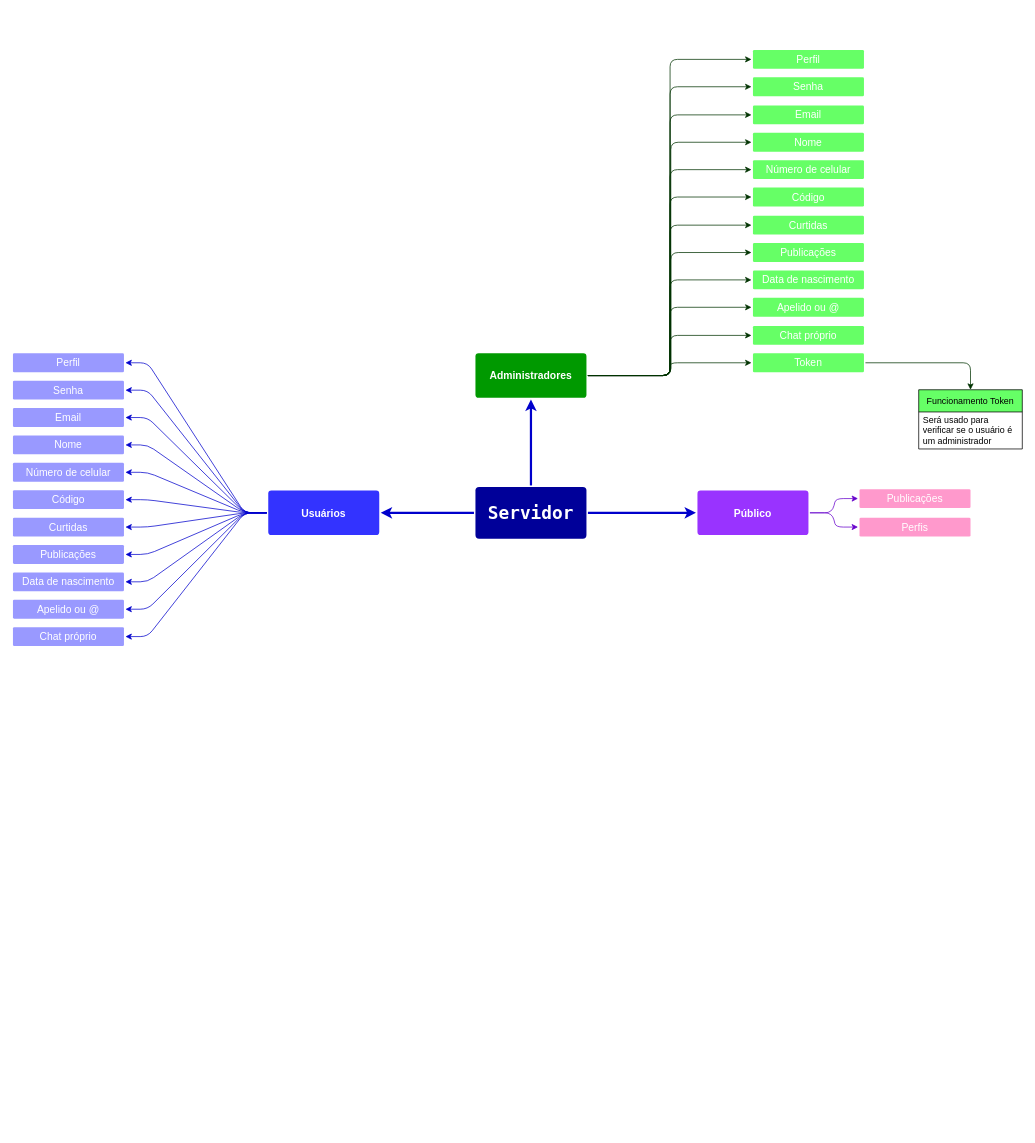
zululuga/Ecogamma-mapa keeps this draw.io diagram as Mapa Conceitual/Untitled Diagram.drawio. Above is the earlier version. Source tidied: cells renumbered, new cells numbered last; positions are measured from the earlier drawing's top-left corner, leaving out a move shared by most shapes. Both pictures are drawn from the tidied source at 74%, with x=0, y=0 at pixel (13, 50).
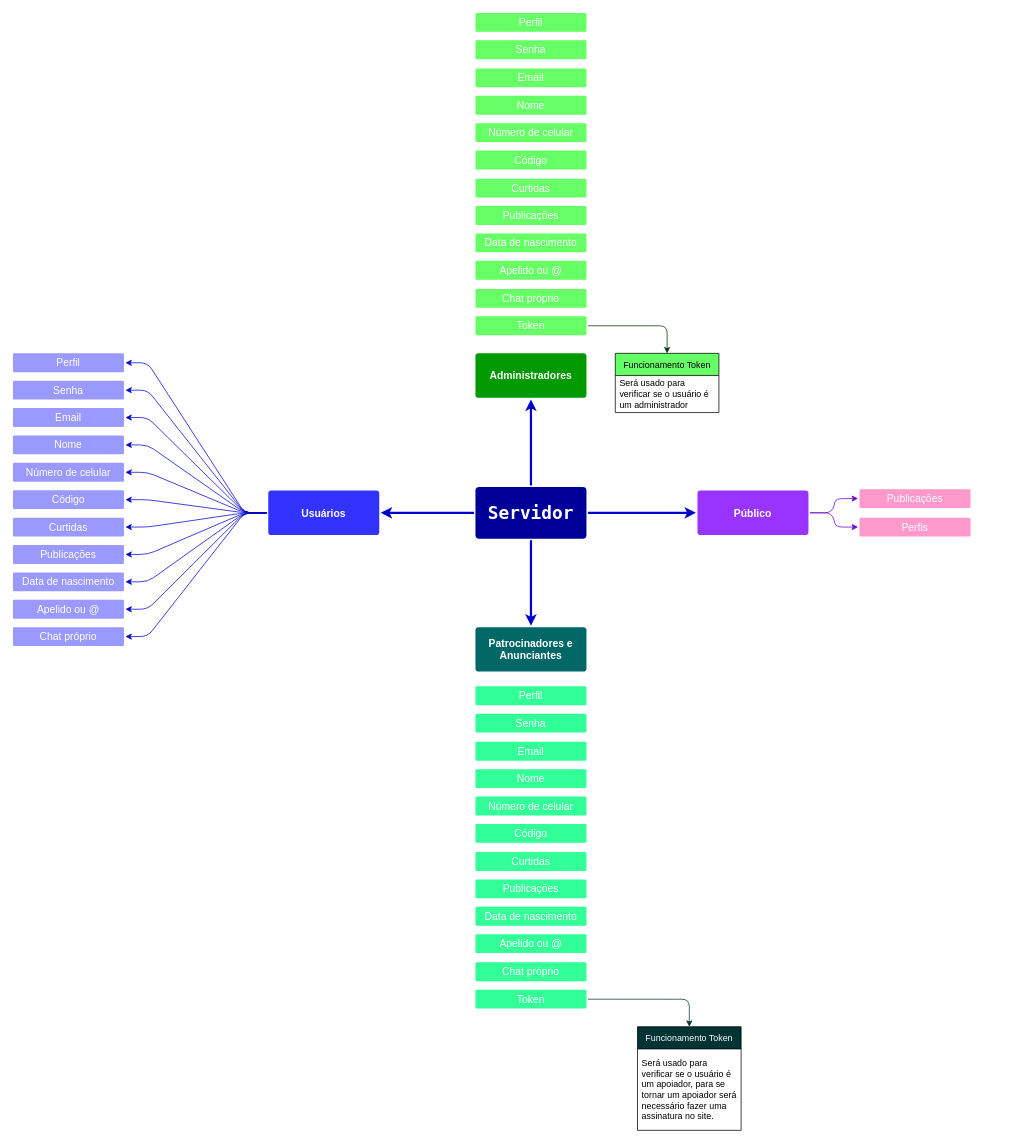
The same diagram, later.

Unchanged cells that the change refers to:
```xml
<mxCell id="5" value="&lt;font style=&quot;font-size: 24px;&quot;&gt;Servidor&lt;/font&gt;" style="rounded=1;whiteSpace=wrap;html=1;shadow=0;labelBackgroundColor=none;strokeColor=none;strokeWidth=3;fillColor=#000099;fontFamily=Lucida Console;fontSize=16;fontColor=#FFFFFF;align=center;fontStyle=1;spacing=5;arcSize=7;perimeterSpacing=2;" parent="1" vertex="1">
  <mxGeometry x="625" y="590.5" width="150" height="70" as="geometry" />
</mxCell>
<mxCell id="46" value="Administradores" style="rounded=1;whiteSpace=wrap;html=1;shadow=0;labelBackgroundColor=none;strokeColor=none;strokeWidth=3;fillColor=#009900;fontFamily=Helvetica;fontSize=14;fontColor=#FFFFFF;align=center;spacing=5;fontStyle=1;arcSize=7;perimeterSpacing=2;" parent="1" vertex="1">
  <mxGeometry x="625" y="410" width="150" height="60" as="geometry" />
</mxCell>
```

What changed in the source:
```diff
@@
-    <mxCell id="34" style="edgeStyle=elbowEdgeStyle;rounded=1;jettySize=auto;html=1;exitX=1;exitY=0.5;exitDx=0;exitDy=0;entryX=0;entryY=0.5;entryDx=0;entryDy=0;strokeColor=#003300;" parent="1" edge="1" source="46" target="47">
-      <mxGeometry relative="1" as="geometry" />
-    </mxCell>
-    <mxCell id="35" style="edgeStyle=elbowEdgeStyle;rounded=1;jettySize=auto;html=1;exitX=1;exitY=0.5;exitDx=0;exitDy=0;entryX=0;entryY=0.5;entryDx=0;entryDy=0;strokeColor=#003300;" parent="1" edge="1" source="46" target="48">
-      <mxGeometry relative="1" as="geometry" />
-    </mxCell>
-    <mxCell id="36" style="edgeStyle=elbowEdgeStyle;rounded=1;jettySize=auto;html=1;exitX=1;exitY=0.5;exitDx=0;exitDy=0;strokeColor=#003300;" parent="1" edge="1" source="46" target="49">
-      <mxGeometry relative="1" as="geometry" />
-    </mxCell>
-    <mxCell id="37" style="edgeStyle=elbowEdgeStyle;rounded=1;jettySize=auto;html=1;exitX=1;exitY=0.5;exitDx=0;exitDy=0;entryX=0;entryY=0.5;entryDx=0;entryDy=0;strokeColor=#003300;" parent="1" edge="1" source="46" target="50">
-      <mxGeometry relative="1" as="geometry" />
-    </mxCell>
-    <mxCell id="38" style="edgeStyle=elbowEdgeStyle;rounded=1;jettySize=auto;html=1;exitX=1;exitY=0.5;exitDx=0;exitDy=0;entryX=0;entryY=0.5;entryDx=0;entryDy=0;strokeColor=#003300;" parent="1" edge="1" source="46" target="51">
-      <mxGeometry relative="1" as="geometry" />
-    </mxCell>
-    <mxCell id="39" style="edgeStyle=elbowEdgeStyle;rounded=1;jettySize=auto;html=1;exitX=1;exitY=0.5;exitDx=0;exitDy=0;entryX=0;entryY=0.5;entryDx=0;entryDy=0;strokeColor=#003300;" parent="1" edge="1" source="46" target="52">
-      <mxGeometry relative="1" as="geometry" />
-    </mxCell>
-    <mxCell id="40" style="edgeStyle=elbowEdgeStyle;rounded=1;jettySize=auto;html=1;exitX=1;exitY=0.5;exitDx=0;exitDy=0;strokeColor=#003300;" parent="1" edge="1" source="46" target="53">
-      <mxGeometry relative="1" as="geometry" />
-    </mxCell>
-    <mxCell id="41" style="edgeStyle=elbowEdgeStyle;rounded=1;jettySize=auto;html=1;exitX=1;exitY=0.5;exitDx=0;exitDy=0;entryX=0;entryY=0.5;entryDx=0;entryDy=0;strokeColor=#003300;" parent="1" edge="1" source="46" target="54">
-      <mxGeometry relative="1" as="geometry" />
-    </mxCell>
-    <mxCell id="42" style="edgeStyle=elbowEdgeStyle;rounded=1;jettySize=auto;html=1;exitX=1;exitY=0.5;exitDx=0;exitDy=0;entryX=0;entryY=0.5;entryDx=0;entryDy=0;strokeColor=#003300;" parent="1" edge="1" source="46" target="55">
-      <mxGeometry relative="1" as="geometry" />
-    </mxCell>
-    <mxCell id="43" style="edgeStyle=elbowEdgeStyle;rounded=1;jettySize=auto;html=1;exitX=1;exitY=0.5;exitDx=0;exitDy=0;entryX=0;entryY=0.5;entryDx=0;entryDy=0;strokeColor=#003300;" parent="1" edge="1" source="46" target="56">
-      <mxGeometry relative="1" as="geometry" />
-    </mxCell>
-    <mxCell id="44" style="edgeStyle=elbowEdgeStyle;rounded=1;jettySize=auto;html=1;exitX=1;exitY=0.5;exitDx=0;exitDy=0;entryX=0;entryY=0.5;entryDx=0;entryDy=0;strokeColor=#003300;" parent="1" edge="1" source="46" target="58">
-      <mxGeometry relative="1" as="geometry" />
-    </mxCell>
-    <mxCell id="45" style="edgeStyle=elbowEdgeStyle;rounded=1;jettySize=auto;html=1;exitX=1;exitY=0.5;exitDx=0;exitDy=0;entryX=0;entryY=0.5;entryDx=0;entryDy=0;fontColor=#FF66FF;strokeColor=#003300;" parent="1" edge="1" source="46" target="63">
-      <mxGeometry relative="1" as="geometry" />
-    </mxCell>
@@
     <mxCell id="47" value="Senha" style="rounded=1;whiteSpace=wrap;html=1;shadow=0;labelBackgroundColor=none;strokeColor=none;strokeWidth=3;fillColor=#66FF66;fontFamily=Helvetica;fontSize=14;fontColor=#FFFFFF;align=center;spacing=5;fontStyle=0;arcSize=7;perimeterSpacing=2;" parent="1" vertex="1">
-      <mxGeometry x="1000" y="37" width="150" height="25.5" as="geometry" />
+      <mxGeometry x="625" y="-13" width="150" height="25.5" as="geometry" />
     </mxCell>
     <mxCell id="48" value="Email" style="rounded=1;whiteSpace=wrap;html=1;shadow=0;labelBackgroundColor=none;strokeColor=none;strokeWidth=3;fillColor=#66FF66;fontFamily=Helvetica;fontSize=14;fontColor=#FFFFFF;align=center;spacing=5;fontStyle=0;arcSize=7;perimeterSpacing=2;" parent="1" vertex="1">
-      <mxGeometry x="1000" y="75" width="150" height="25.5" as="geometry" />
+      <mxGeometry x="625" y="25" width="150" height="25.5" as="geometry" />
     </mxCell>
     <mxCell id="49" value="Nome" style="rounded=1;whiteSpace=wrap;html=1;shadow=0;labelBackgroundColor=none;strokeColor=none;strokeWidth=3;fillColor=#66FF66;fontFamily=Helvetica;fontSize=14;fontColor=#FFFFFF;align=center;spacing=5;fontStyle=0;arcSize=7;perimeterSpacing=2;" parent="1" vertex="1">
-      <mxGeometry x="1000" y="112" width="150" height="25.5" as="geometry" />
+      <mxGeometry x="625" y="62" width="150" height="25.5" as="geometry" />
     </mxCell>
     <mxCell id="50" value="Número de celular" style="rounded=1;whiteSpace=wrap;html=1;shadow=0;labelBackgroundColor=none;strokeColor=none;strokeWidth=3;fillColor=#66FF66;fontFamily=Helvetica;fontSize=14;fontColor=#FFFFFF;align=center;spacing=5;fontStyle=0;arcSize=7;perimeterSpacing=2;" parent="1" vertex="1">
-      <mxGeometry x="1000" y="149" width="150" height="25.5" as="geometry" />
+      <mxGeometry x="625" y="99" width="150" height="25.5" as="geometry" />
     </mxCell>
     <mxCell id="51" value="Código" style="rounded=1;whiteSpace=wrap;html=1;shadow=0;labelBackgroundColor=none;strokeColor=none;strokeWidth=3;fillColor=#66FF66;fontFamily=Helvetica;fontSize=14;fontColor=#FFFFFF;align=center;spacing=5;fontStyle=0;arcSize=7;perimeterSpacing=2;" parent="1" vertex="1">
-      <mxGeometry x="1000" y="186" width="150" height="25.5" as="geometry" />
+      <mxGeometry x="625" y="136" width="150" height="25.5" as="geometry" />
     </mxCell>
     <mxCell id="52" value="Curtidas" style="rounded=1;whiteSpace=wrap;html=1;shadow=0;labelBackgroundColor=none;strokeColor=none;strokeWidth=3;fillColor=#66FF66;fontFamily=Helvetica;fontSize=14;fontColor=#FFFFFF;align=center;spacing=5;fontStyle=0;arcSize=7;perimeterSpacing=2;" parent="1" vertex="1">
-      <mxGeometry x="1000" y="224" width="150" height="25.5" as="geometry" />
+      <mxGeometry x="625" y="174" width="150" height="25.5" as="geometry" />
     </mxCell>
     <mxCell id="53" value="Publicações" style="rounded=1;whiteSpace=wrap;html=1;shadow=0;labelBackgroundColor=none;strokeColor=none;strokeWidth=3;fillColor=#66FF66;fontFamily=Helvetica;fontSize=14;fontColor=#FFFFFF;align=center;spacing=5;fontStyle=0;arcSize=7;perimeterSpacing=2;" parent="1" vertex="1">
-      <mxGeometry x="1000" y="261" width="150" height="25.5" as="geometry" />
+      <mxGeometry x="625" y="211" width="150" height="25.5" as="geometry" />
     </mxCell>
     <mxCell id="54" value="Data de nascimento" style="rounded=1;whiteSpace=wrap;html=1;shadow=0;labelBackgroundColor=none;strokeColor=none;strokeWidth=3;fillColor=#66FF66;fontFamily=Helvetica;fontSize=14;fontColor=#FFFFFF;align=center;spacing=5;fontStyle=0;arcSize=7;perimeterSpacing=2;" parent="1" vertex="1">
-      <mxGeometry x="1000" y="298" width="150" height="25.5" as="geometry" />
+      <mxGeometry x="625" y="248" width="150" height="25.5" as="geometry" />
     </mxCell>
     <mxCell id="55" value="Apelido ou @" style="rounded=1;whiteSpace=wrap;html=1;shadow=0;labelBackgroundColor=none;strokeColor=none;strokeWidth=3;fillColor=#66FF66;fontFamily=Helvetica;fontSize=14;fontColor=#FFFFFF;align=center;spacing=5;fontStyle=0;arcSize=7;perimeterSpacing=2;" parent="1" vertex="1">
-      <mxGeometry x="1000" y="335" width="150" height="25.5" as="geometry" />
+      <mxGeometry x="625" y="285" width="150" height="25.5" as="geometry" />
     </mxCell>
     <mxCell id="56" value="Chat próprio" style="rounded=1;whiteSpace=wrap;html=1;shadow=0;labelBackgroundColor=none;strokeColor=none;strokeWidth=3;fillColor=#66FF66;fontFamily=Helvetica;fontSize=14;fontColor=#FFFFFF;align=center;spacing=5;fontStyle=0;arcSize=7;perimeterSpacing=2;" parent="1" vertex="1">
-      <mxGeometry x="1000" y="373" width="150" height="25.5" as="geometry" />
+      <mxGeometry x="625" y="323" width="150" height="25.5" as="geometry" />
     </mxCell>
     <mxCell id="57" style="edgeStyle=elbowEdgeStyle;rounded=1;jettySize=auto;html=1;exitX=1;exitY=0.5;exitDx=0;exitDy=0;entryX=0.5;entryY=0;entryDx=0;entryDy=0;strokeColor=#003300;" parent="1" edge="1" source="58" target="59">
       <mxGeometry relative="1" as="geometry">
         <Array as="points">
-          <mxPoint x="1294" y="420" />
+          <mxPoint x="884" y="390" />
           <mxPoint x="1334" y="360" />
         </Array>
       </mxGeometry>
     </mxCell>
     <mxCell id="58" value="Token" style="rounded=1;whiteSpace=wrap;html=1;shadow=0;labelBackgroundColor=none;strokeColor=none;strokeWidth=3;fillColor=#66FF66;fontFamily=Helvetica;fontSize=14;fontColor=#FFFFFF;align=center;spacing=5;fontStyle=0;arcSize=7;perimeterSpacing=2;" parent="1" vertex="1">
-      <mxGeometry x="1000" y="410" width="150" height="25.5" as="geometry" />
+      <mxGeometry x="625" y="360" width="150" height="25.5" as="geometry" />
     </mxCell>
     <mxCell id="59" value="Funcionamento Token" style="swimlane;fontStyle=0;horizontal=1;startSize=30;fillColor=#66FF66;" parent="1" vertex="1">
-      <mxGeometry x="1224" y="459.2" width="140" height="80" as="geometry" />
+      <mxGeometry x="814" y="410" width="140" height="80" as="geometry" />
     </mxCell>
@@
     <mxCell id="63" value="Perfil" style="rounded=1;whiteSpace=wrap;html=1;shadow=0;labelBackgroundColor=none;strokeColor=none;strokeWidth=3;fillColor=#66FF66;fontFamily=Helvetica;fontSize=14;fontColor=#FFFFFF;align=center;spacing=5;fontStyle=0;arcSize=7;perimeterSpacing=2;" parent="1" vertex="1">
-      <mxGeometry x="1000" width="150" height="25.5" as="geometry" />
+      <mxGeometry x="625" y="-50" width="150" height="25.5" as="geometry" />
     </mxCell>
@@
+    <mxCell id="65" value="Patrocinadores e Anunciantes" style="rounded=1;whiteSpace=wrap;html=1;shadow=0;labelBackgroundColor=none;strokeColor=none;strokeWidth=3;fillColor=#006666;fontFamily=Helvetica;fontSize=14;fontColor=#FFFFFF;align=center;spacing=5;fontStyle=1;arcSize=7;perimeterSpacing=2;" parent="1" vertex="1">
+      <mxGeometry x="625" y="780" width="150" height="60" as="geometry" />
+    </mxCell>
+    <mxCell id="66" style="edgeStyle=none;rounded=0;jumpStyle=none;html=1;shadow=0;labelBackgroundColor=none;startArrow=none;startFill=0;endArrow=classic;endFill=1;jettySize=auto;strokeColor=#0000CC;strokeWidth=3;fontFamily=Helvetica;fontSize=16;fontColor=#23445D;spacing=5;entryX=0.5;entryY=0;entryDx=0;entryDy=0;exitX=0.5;exitY=1;exitDx=0;exitDy=0;" parent="1" edge="1" source="5" target="65">
+      <mxGeometry relative="1" as="geometry" />
+    </mxCell>
+    <mxCell id="67" value="Senha" style="rounded=1;whiteSpace=wrap;html=1;shadow=0;labelBackgroundColor=none;strokeColor=none;strokeWidth=3;fillColor=#33FF99;fontFamily=Helvetica;fontSize=14;fontColor=#FFFFFF;align=center;spacing=5;fontStyle=0;arcSize=7;perimeterSpacing=2;" parent="1" vertex="1">
+      <mxGeometry x="625" y="897" width="150" height="25.5" as="geometry" />
+    </mxCell>
+    <mxCell id="68" value="Email" style="rounded=1;whiteSpace=wrap;html=1;shadow=0;labelBackgroundColor=none;strokeColor=none;strokeWidth=3;fillColor=#33FF99;fontFamily=Helvetica;fontSize=14;fontColor=#FFFFFF;align=center;spacing=5;fontStyle=0;arcSize=7;perimeterSpacing=2;" parent="1" vertex="1">
+      <mxGeometry x="625" y="935" width="150" height="25.5" as="geometry" />
+    </mxCell>
+    <mxCell id="69" value="Nome" style="rounded=1;whiteSpace=wrap;html=1;shadow=0;labelBackgroundColor=none;strokeColor=none;strokeWidth=3;fillColor=#33FF99;fontFamily=Helvetica;fontSize=14;fontColor=#FFFFFF;align=center;spacing=5;fontStyle=0;arcSize=7;perimeterSpacing=2;" parent="1" vertex="1">
+      <mxGeometry x="625" y="972" width="150" height="25.5" as="geometry" />
+    </mxCell>
+    <mxCell id="70" value="Número de celular" style="rounded=1;whiteSpace=wrap;html=1;shadow=0;labelBackgroundColor=none;strokeColor=none;strokeWidth=3;fillColor=#33FF99;fontFamily=Helvetica;fontSize=14;fontColor=#FFFFFF;align=center;spacing=5;fontStyle=0;arcSize=7;perimeterSpacing=2;" parent="1" vertex="1">
+      <mxGeometry x="625" y="1009" width="150" height="25.5" as="geometry" />
+    </mxCell>
+    <mxCell id="71" value="Código" style="rounded=1;whiteSpace=wrap;html=1;shadow=0;labelBackgroundColor=none;strokeColor=none;strokeWidth=3;fillColor=#33FF99;fontFamily=Helvetica;fontSize=14;fontColor=#FFFFFF;align=center;spacing=5;fontStyle=0;arcSize=7;perimeterSpacing=2;" parent="1" vertex="1">
+      <mxGeometry x="625" y="1046" width="150" height="25.5" as="geometry" />
+    </mxCell>
+    <mxCell id="72" value="Curtidas" style="rounded=1;whiteSpace=wrap;html=1;shadow=0;labelBackgroundColor=none;strokeColor=none;strokeWidth=3;fillColor=#33FF99;fontFamily=Helvetica;fontSize=14;fontColor=#FFFFFF;align=center;spacing=5;fontStyle=0;arcSize=7;perimeterSpacing=2;" parent="1" vertex="1">
+      <mxGeometry x="625" y="1084" width="150" height="25.5" as="geometry" />
+    </mxCell>
+    <mxCell id="73" value="Publicações" style="rounded=1;whiteSpace=wrap;html=1;shadow=0;labelBackgroundColor=none;strokeColor=none;strokeWidth=3;fillColor=#33FF99;fontFamily=Helvetica;fontSize=14;fontColor=#FFFFFF;align=center;spacing=5;fontStyle=0;arcSize=7;perimeterSpacing=2;" parent="1" vertex="1">
+      <mxGeometry x="625" y="1121" width="150" height="25.5" as="geometry" />
+    </mxCell>
+    <mxCell id="74" value="Data de nascimento" style="rounded=1;whiteSpace=wrap;html=1;shadow=0;labelBackgroundColor=none;strokeColor=none;strokeWidth=3;fillColor=#33FF99;fontFamily=Helvetica;fontSize=14;fontColor=#FFFFFF;align=center;spacing=5;fontStyle=0;arcSize=7;perimeterSpacing=2;" parent="1" vertex="1">
+      <mxGeometry x="625" y="1158" width="150" height="25.5" as="geometry" />
+    </mxCell>
+    <mxCell id="75" value="Apelido ou @" style="rounded=1;whiteSpace=wrap;html=1;shadow=0;labelBackgroundColor=none;strokeColor=none;strokeWidth=3;fillColor=#33FF99;fontFamily=Helvetica;fontSize=14;fontColor=#FFFFFF;align=center;spacing=5;fontStyle=0;arcSize=7;perimeterSpacing=2;" parent="1" vertex="1">
+      <mxGeometry x="625" y="1195" width="150" height="25.5" as="geometry" />
+    </mxCell>
+    <mxCell id="76" value="Chat próprio" style="rounded=1;whiteSpace=wrap;html=1;shadow=0;labelBackgroundColor=none;strokeColor=none;strokeWidth=3;fillColor=#33FF99;fontFamily=Helvetica;fontSize=14;fontColor=#FFFFFF;align=center;spacing=5;fontStyle=0;arcSize=7;perimeterSpacing=2;" parent="1" vertex="1">
+      <mxGeometry x="625" y="1233" width="150" height="25.5" as="geometry" />
+    </mxCell>
+    <mxCell id="77" style="edgeStyle=orthogonalEdgeStyle;rounded=1;jettySize=auto;html=1;exitX=1;exitY=0.5;exitDx=0;exitDy=0;entryX=0.5;entryY=0;entryDx=0;entryDy=0;fontFamily=Lucida Console;fontSize=24;fontColor=#FF66FF;strokeColor=#003333;elbow=vertical;" parent="1" edge="1" source="78" target="80">
+      <mxGeometry relative="1" as="geometry" />
+    </mxCell>
+    <mxCell id="78" value="Token" style="rounded=1;whiteSpace=wrap;html=1;shadow=0;labelBackgroundColor=none;strokeColor=none;strokeWidth=3;fillColor=#33FF99;fontFamily=Helvetica;fontSize=14;fontColor=#FFFFFF;align=center;spacing=5;fontStyle=0;arcSize=7;perimeterSpacing=2;" parent="1" vertex="1">
+      <mxGeometry x="625" y="1270" width="150" height="25.5" as="geometry" />
+    </mxCell>
+    <mxCell id="79" value="Perfil" style="rounded=1;whiteSpace=wrap;html=1;shadow=0;labelBackgroundColor=none;strokeColor=none;strokeWidth=3;fillColor=#33FF99;fontFamily=Helvetica;fontSize=14;fontColor=#FFFFFF;align=center;spacing=5;fontStyle=0;arcSize=7;perimeterSpacing=2;" parent="1" vertex="1">
+      <mxGeometry x="625" y="860" width="150" height="25.5" as="geometry" />
+    </mxCell>
+    <mxCell id="80" value="Funcionamento Token" style="swimlane;fontStyle=0;horizontal=1;startSize=30;fillColor=#003333;fontColor=#FFFFFF;" parent="1" vertex="1">
+      <mxGeometry x="844" y="1320" width="140" height="140" as="geometry" />
+    </mxCell>
+    <mxCell id="81" value="Será usado para verificar se o usuário é um apoiador, para se tornar um apoiador será necessário fazer uma assinatura no site." style="text;strokeColor=none;fillColor=none;align=left;verticalAlign=middle;spacingLeft=4;spacingRight=4;overflow=hidden;whiteSpace=wrap;" parent="80" vertex="1">
+      <mxGeometry y="30" width="140" height="110" as="geometry" />
+    </mxCell>
```
